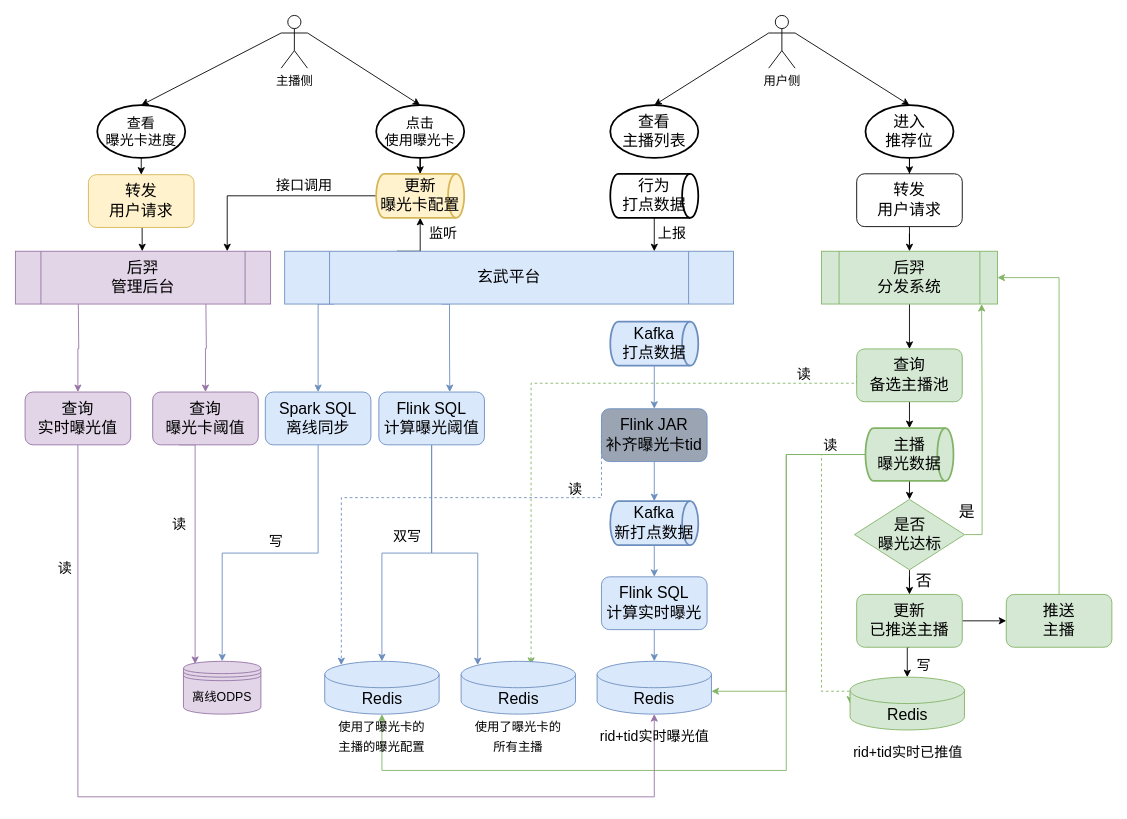
Earlier version of the draw.io diagram 后羿接曝光卡.drawio (hongweilv-whu/flowCharts). Source tidied: cells renumbered, new cells numbered last; positions are measured from the earlier drawing's top-left corner, leaving out a move shared by most shapes. Both pictures are drawn from the tidied source at 88%, with x=0, y=0 at pixel (15, 15).
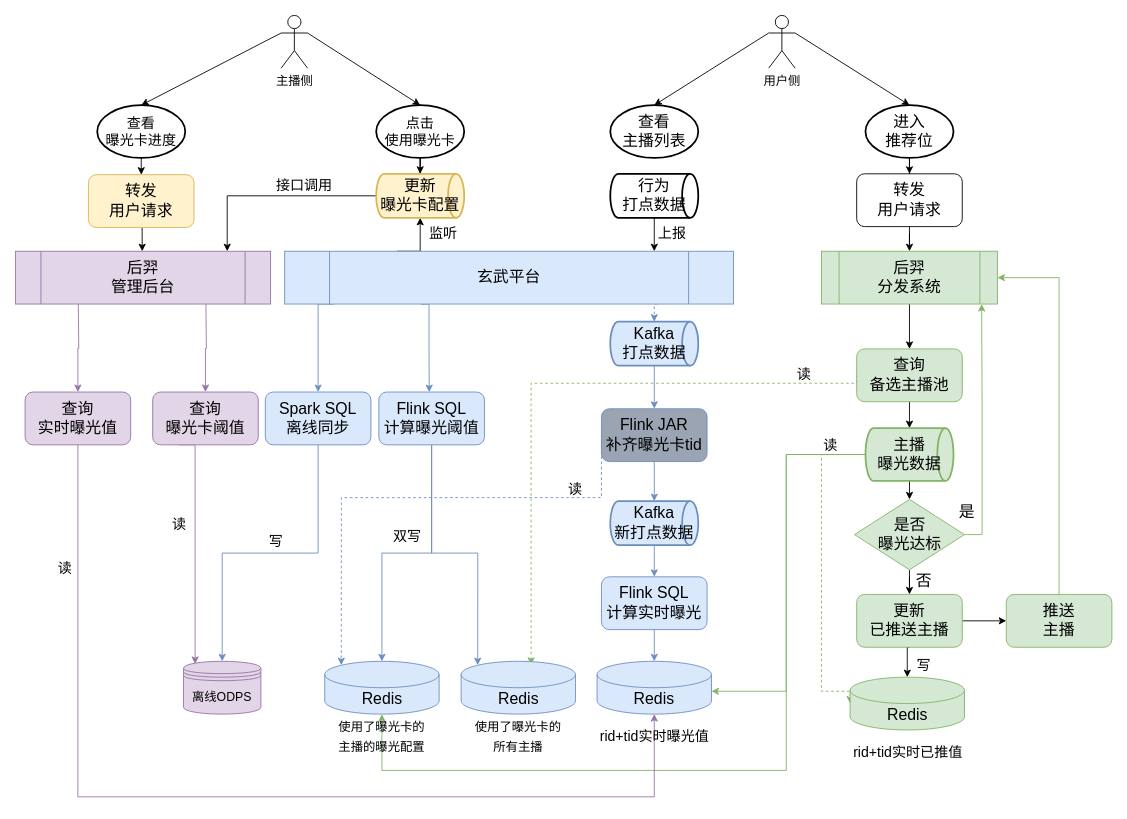
Above is the later version.

Commit message (it also covers changes not shown here):
Update 后羿接曝光卡.drawio

The change refers to these unchanged cells:
```xml
<mxCell id="56" value="&lt;span style=&quot;font-size: 18px;&quot;&gt;Kafka&lt;br&gt;打点数据&lt;/span&gt;" style="strokeWidth=2;html=1;shape=mxgraph.flowchart.direct_data;whiteSpace=wrap;fontSize=16;fillColor=#dae8fc;strokeColor=#6c8ebf;" parent="1" vertex="1">
  <mxGeometry x="676" y="348" width="100" height="50" as="geometry" />
</mxCell>
```

What changed in the source:
```diff
@@
     <mxCell id="39" style="edgeStyle=orthogonalEdgeStyle;rounded=0;orthogonalLoop=1;jettySize=auto;html=1;exitX=0.11;exitY=1;exitDx=0;exitDy=0;exitPerimeter=0;entryX=0.5;entryY=0;entryDx=0;entryDy=0;fontSize=16;fillColor=#dae8fc;strokeColor=#6c8ebf;" parent="1" edge="1">
       <mxGeometry relative="1" as="geometry">
-        <mxPoint x="484.3" y="328" as="sourcePoint" />
-        <mxPoint x="493.6" y="428" as="targetPoint" />
+        <mxPoint x="461" y="328.1" as="sourcePoint" />
+        <mxPoint x="470.3" y="428.1" as="targetPoint" />
         <Array as="points">
-          <mxPoint x="493.3" y="328" />
-          <mxPoint x="493.3" y="378" />
-          <mxPoint x="493.3" y="378" />
+          <mxPoint x="470" y="328.1" />
+          <mxPoint x="470" y="378.1" />
+          <mxPoint x="470" y="378.1" />
         </Array>
       </mxGeometry>
     </mxCell>
@@
+    <mxCell id="92" style="edgeStyle=orthogonalEdgeStyle;rounded=0;jettySize=auto;html=1;exitX=0.83;exitY=1;exitDx=0;exitDy=0;exitPerimeter=0;entryX=0.5;entryY=0;entryDx=0;entryDy=0;entryPerimeter=0;dashed=1;fontSize=16;fillColor=#dae8fc;strokeColor=#6c8ebf;" parent="1" edge="1" source="41" target="56">
+      <mxGeometry relative="1" as="geometry" />
+    </mxCell>
-    <mxCell id="41" value="玄武平台" style="shape=process;whiteSpace=wrap;html=1;backgroundOutline=1;fontSize=18;fillColor=#dae8fc;strokeColor=#6c8ebf;points=[[0,0,0,0,0],[0,0.25,0,0,0],[0,0.5,0,0,0],[0,0.75,0,0,0],[0.11,1,0,0,0],[0.25,0,0,0,0],[0.25,1,0,0,0],[0.5,0,0,0,0],[0.5,1,0,0,0],[0.75,0,0,0,0],[0.75,1,0,0,0],[1,0,0,0,0],[1,0.25,0,0,0],[1,0.5,0,0,0],[1,0.75,0,0,0],[1,1,0,0,0]];" parent="1" vertex="1">
+    <mxCell id="41" value="玄武平台" style="shape=process;whiteSpace=wrap;html=1;backgroundOutline=1;fontSize=18;fillColor=#dae8fc;strokeColor=#6c8ebf;points=[[0,0,0,0,0],[0,0.25,0,0,0],[0,0.5,0,0,0],[0,0.75,0,0,0],[0.11,1,0,0,0],[0.25,0,0,0,0],[0.25,1,0,0,0],[0.5,0,0,0,0],[0.5,1,0,0,0],[0.75,0,0,0,0],[0.83,1,0,0,0],[1,0,0,0,0],[1,0.25,0,0,0],[1,0.5,0,0,0],[1,0.75,0,0,0],[1,1,0,0,0]];" parent="1" vertex="1">
       <mxGeometry x="306" y="268" width="510" height="60" as="geometry" />
     </mxCell>
```
